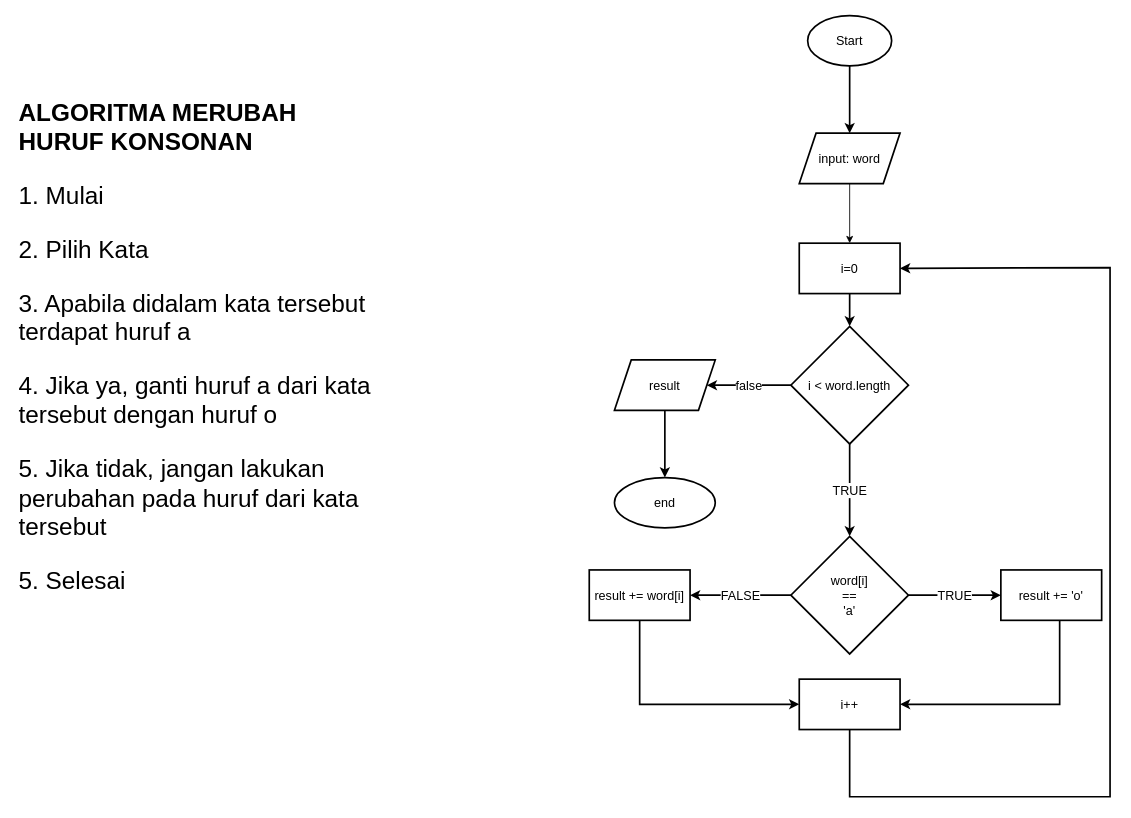
Before: flowchart-konsonan.drawio in rioprayoga23/fw12-javascript-1, a draw.io diagram. Source tidied: cells renumbered, new cells numbered last; positions are measured from the earlier drawing's top-left corner, leaving out a move shared by most shapes. Both pictures are drawn from the tidied source at 84%, with x=0, y=0 at pixel (14, 15).
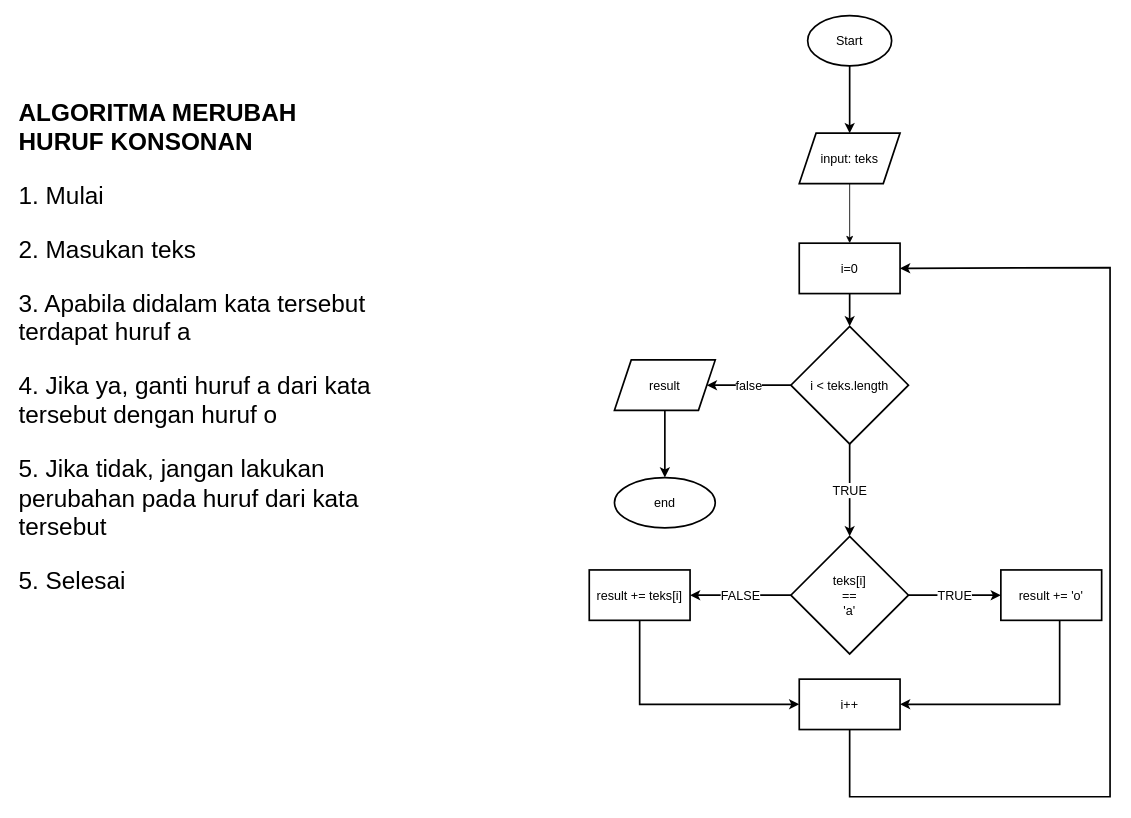
After the change.

The change refers to these unchanged cells:
```xml
<mxCell id="3" style="group;" parent="1" vertex="1">
  <mxGeometry x="684" width="620" height="930" as="geometry" />
</mxCell>
```

Change to the diagram source:
```diff
@@
-    <mxCell id="2" value="&lt;h1 style=&quot;font-size: 29px;&quot;&gt;&lt;font style=&quot;font-size: 29px;&quot;&gt;ALGORITMA MERUBAH HURUF KONSONAN&lt;/font&gt;&lt;/h1&gt;&lt;p style=&quot;font-size: 29px;&quot;&gt;&lt;font style=&quot;font-size: 29px;&quot;&gt;1. Mulai&lt;/font&gt;&lt;/p&gt;&lt;p style=&quot;font-size: 29px;&quot;&gt;&lt;font style=&quot;font-size: 29px;&quot;&gt;2. Pilih Kata&lt;/font&gt;&lt;/p&gt;&lt;p style=&quot;font-size: 29px;&quot;&gt;&lt;font style=&quot;font-size: 29px;&quot;&gt;3. Apabila didalam kata tersebut terdapat huruf a&lt;/font&gt;&lt;/p&gt;&lt;p style=&quot;font-size: 29px;&quot;&gt;&lt;font style=&quot;font-size: 29px;&quot;&gt;4. Jika ya, ganti huruf a dari kata tersebut dengan huruf o&lt;/font&gt;&lt;/p&gt;&lt;p style=&quot;font-size: 29px;&quot;&gt;&lt;font style=&quot;font-size: 29px;&quot;&gt;5. Jika tidak, jangan lakukan perubahan pada huruf dari kata tersebut&lt;/font&gt;&lt;/p&gt;&lt;p style=&quot;font-size: 29px;&quot;&gt;&lt;font style=&quot;font-size: 29px;&quot;&gt;5. Selesai&lt;/font&gt;&lt;/p&gt;" style="text;html=1;strokeColor=none;fillColor=none;spacing=5;spacingTop=-20;whiteSpace=wrap;overflow=hidden;rounded=0;" parent="1" vertex="1">
+    <mxCell id="2" value="&lt;h1 style=&quot;font-size: 29px;&quot;&gt;&lt;font style=&quot;font-size: 29px;&quot;&gt;ALGORITMA MERUBAH HURUF KONSONAN&lt;/font&gt;&lt;/h1&gt;&lt;p style=&quot;font-size: 29px;&quot;&gt;&lt;font style=&quot;font-size: 29px;&quot;&gt;1. Mulai&lt;/font&gt;&lt;/p&gt;&lt;p style=&quot;font-size: 29px;&quot;&gt;&lt;font style=&quot;font-size: 29px;&quot;&gt;2. Masukan teks&lt;/font&gt;&lt;/p&gt;&lt;p style=&quot;font-size: 29px;&quot;&gt;&lt;font style=&quot;font-size: 29px;&quot;&gt;3. Apabila didalam kata tersebut terdapat huruf a&lt;/font&gt;&lt;/p&gt;&lt;p style=&quot;font-size: 29px;&quot;&gt;&lt;font style=&quot;font-size: 29px;&quot;&gt;4. Jika ya, ganti huruf a dari kata tersebut dengan huruf o&lt;/font&gt;&lt;/p&gt;&lt;p style=&quot;font-size: 29px;&quot;&gt;&lt;font style=&quot;font-size: 29px;&quot;&gt;5. Jika tidak, jangan lakukan perubahan pada huruf dari kata tersebut&lt;/font&gt;&lt;/p&gt;&lt;p style=&quot;font-size: 29px;&quot;&gt;&lt;font style=&quot;font-size: 29px;&quot;&gt;5. Selesai&lt;/font&gt;&lt;/p&gt;" style="text;html=1;strokeColor=none;fillColor=none;spacing=5;spacingTop=-20;whiteSpace=wrap;overflow=hidden;rounded=0;" parent="1" vertex="1">
       <mxGeometry y="90" width="427.5" height="620" as="geometry" />
     </mxCell>
@@
-    <mxCell id="5" value="input: word" style="shape=parallelogram;perimeter=parallelogramPerimeter;whiteSpace=wrap;html=1;fixedSize=1;strokeWidth=2;fontSize=15;" parent="3" vertex="1">
+    <mxCell id="5" value="input: teks" style="shape=parallelogram;perimeter=parallelogramPerimeter;whiteSpace=wrap;html=1;fixedSize=1;strokeWidth=2;fontSize=15;" parent="3" vertex="1">
       <mxGeometry x="250" y="140" width="120" height="60" as="geometry" />
     </mxCell>
@@
-    <mxCell id="9" value="i &amp;lt; word.length" style="rhombus;whiteSpace=wrap;html=1;fontSize=15;strokeWidth=2;" parent="3" vertex="1">
+    <mxCell id="9" value="i &amp;lt; teks.length" style="rhombus;whiteSpace=wrap;html=1;fontSize=15;strokeWidth=2;" parent="3" vertex="1">
       <mxGeometry x="240" y="370" width="140" height="140" as="geometry" />
     </mxCell>
@@
-    <mxCell id="15" value="word[i]&lt;br style=&quot;font-size: 15px;&quot;&gt;==&lt;br style=&quot;font-size: 15px;&quot;&gt;'a'" style="rhombus;whiteSpace=wrap;html=1;fontSize=15;strokeWidth=2;" parent="3" vertex="1">
+    <mxCell id="15" value="teks[i]&lt;br style=&quot;font-size: 15px;&quot;&gt;==&lt;br style=&quot;font-size: 15px;&quot;&gt;'a'" style="rhombus;whiteSpace=wrap;html=1;fontSize=15;strokeWidth=2;" parent="3" vertex="1">
       <mxGeometry x="240" y="620" width="140" height="140" as="geometry" />
     </mxCell>
@@
-    <mxCell id="19" value="result += word[i]" style="whiteSpace=wrap;html=1;fontSize=15;strokeWidth=2;" parent="3" vertex="1">
+    <mxCell id="19" value="result += teks[i]" style="whiteSpace=wrap;html=1;fontSize=15;strokeWidth=2;" parent="3" vertex="1">
       <mxGeometry y="660" width="120" height="60" as="geometry" />
     </mxCell>
```
